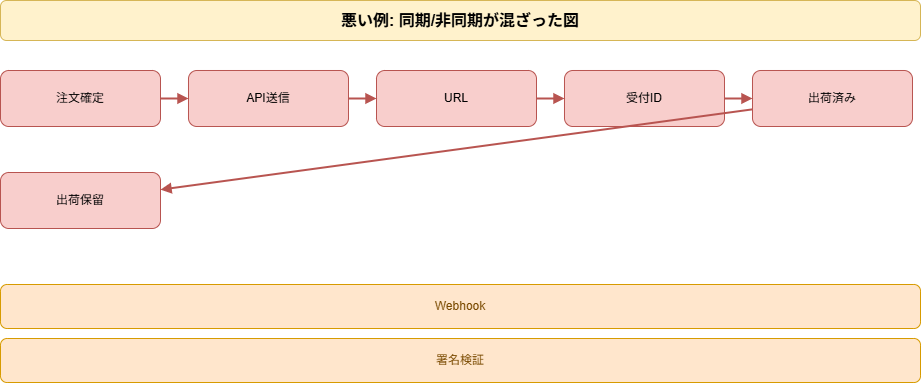
Above: docs/zukai-drill/data/diagrams/easy-shipping-api_bad-diagram.drawio.png in kaku3/workbooks (draw.io), before the change. Source tidied: cells renumbered, new cells last; positions are measured from the earlier drawing's top-left corner, leaving out a move shared by most shapes. The source it was exported from:
```xml
<mxGraphModel>
  <root>
    <mxCell id="0" />
    <mxCell id="1" parent="0" />
    <mxCell id="2" value="悪い例: 同期/非同期が混ざった図" style="rounded=1;whiteSpace=wrap;html=1;fillColor=#fff2cc;strokeColor=#d6b656;fontSize=16;fontStyle=1;" parent="1" vertex="1">
      <mxGeometry width="920" height="40" as="geometry" />
    </mxCell>
    <mxCell id="3" value="注文確定" style="rounded=1;whiteSpace=wrap;html=1;fillColor=#f8cecc;strokeColor=#b85450;" parent="1" vertex="1">
      <mxGeometry y="70" width="160" height="56" as="geometry" />
    </mxCell>
    <mxCell id="4" value="API送信" style="rounded=1;whiteSpace=wrap;html=1;fillColor=#f8cecc;strokeColor=#b85450;" parent="1" vertex="1">
      <mxGeometry x="188" y="70" width="160" height="56" as="geometry" />
    </mxCell>
    <mxCell id="5" style="endArrow=block;html=1;rounded=0;strokeColor=#b85450;strokeWidth=2;" parent="1" edge="1" source="3" target="4">
      <mxGeometry relative="1" as="geometry" />
    </mxCell>
    <mxCell id="6" value="URL" style="rounded=1;whiteSpace=wrap;html=1;fillColor=#f8cecc;strokeColor=#b85450;" parent="1" vertex="1">
      <mxGeometry x="376" y="70" width="160" height="56" as="geometry" />
    </mxCell>
    <mxCell id="7" style="endArrow=block;html=1;rounded=0;strokeColor=#b85450;strokeWidth=2;" parent="1" edge="1" source="4" target="6">
      <mxGeometry relative="1" as="geometry" />
    </mxCell>
    <mxCell id="8" value="受付ID" style="rounded=1;whiteSpace=wrap;html=1;fillColor=#f8cecc;strokeColor=#b85450;" parent="1" vertex="1">
      <mxGeometry x="564" y="70" width="160" height="56" as="geometry" />
    </mxCell>
    <mxCell id="9" style="endArrow=block;html=1;rounded=0;strokeColor=#b85450;strokeWidth=2;" parent="1" edge="1" source="6" target="8">
      <mxGeometry relative="1" as="geometry" />
    </mxCell>
    <mxCell id="10" value="出荷済み" style="rounded=1;whiteSpace=wrap;html=1;fillColor=#f8cecc;strokeColor=#b85450;" parent="1" vertex="1">
      <mxGeometry x="752" y="70" width="160" height="56" as="geometry" />
    </mxCell>
    <mxCell id="11" style="endArrow=block;html=1;rounded=0;strokeColor=#b85450;strokeWidth=2;" parent="1" edge="1" source="8" target="10">
      <mxGeometry relative="1" as="geometry" />
    </mxCell>
    <mxCell id="12" value="出荷保留" style="rounded=1;whiteSpace=wrap;html=1;fillColor=#f8cecc;strokeColor=#b85450;" parent="1" vertex="1">
      <mxGeometry y="172" width="160" height="56" as="geometry" />
    </mxCell>
    <mxCell id="13" style="endArrow=block;html=1;rounded=0;strokeColor=#b85450;strokeWidth=2;" parent="1" edge="1" source="10" target="12">
      <mxGeometry relative="1" as="geometry" />
    </mxCell>
    <mxCell id="14" value="Webhook" style="rounded=1;whiteSpace=wrap;html=1;fillColor=#ffe6cc;strokeColor=#d79b00;fontColor=#7a4a00;" parent="1" vertex="1">
      <mxGeometry y="284" width="920" height="44" as="geometry" />
    </mxCell>
    <mxCell id="15" value="署名検証" style="rounded=1;whiteSpace=wrap;html=1;fillColor=#ffe6cc;strokeColor=#d79b00;fontColor=#7a4a00;" parent="1" vertex="1">
      <mxGeometry y="338" width="920" height="44" as="geometry" />
    </mxCell>
  </root>
</mxGraphModel>
```
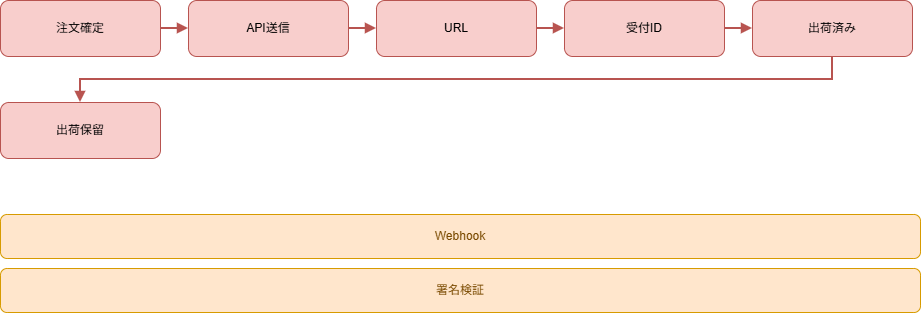
After the change.

The edit, as a diff of the source:
```diff
@@ -2,9 +2,6 @@
   <root>
     <mxCell id="0" />
     <mxCell id="1" parent="0" />
-    <mxCell id="2" value="悪い例: 同期/非同期が混ざった図" style="rounded=1;whiteSpace=wrap;html=1;fillColor=#fff2cc;strokeColor=#d6b656;fontSize=16;fontStyle=1;" parent="1" vertex="1">
-      <mxGeometry width="920" height="40" as="geometry" />
-    </mxCell>
     <mxCell id="3" value="注文確定" style="rounded=1;whiteSpace=wrap;html=1;fillColor=#f8cecc;strokeColor=#b85450;" parent="1" vertex="1">
       <mxGeometry y="70" width="160" height="56" as="geometry" />
     </mxCell>
@@ -35,7 +32,7 @@
     <mxCell id="12" value="出荷保留" style="rounded=1;whiteSpace=wrap;html=1;fillColor=#f8cecc;strokeColor=#b85450;" parent="1" vertex="1">
       <mxGeometry y="172" width="160" height="56" as="geometry" />
     </mxCell>
-    <mxCell id="13" style="endArrow=block;html=1;rounded=0;strokeColor=#b85450;strokeWidth=2;" parent="1" edge="1" source="10" target="12">
+    <mxCell id="13" style="endArrow=block;html=1;rounded=0;strokeColor=#b85450;strokeWidth=2;edgeStyle=orthogonalEdgeStyle;exitX=0.5;exitY=1;exitDx=0;exitDy=0;" parent="1" edge="1" source="10" target="12">
       <mxGeometry relative="1" as="geometry" />
     </mxCell>
     <mxCell id="14" value="Webhook" style="rounded=1;whiteSpace=wrap;html=1;fillColor=#ffe6cc;strokeColor=#d79b00;fontColor=#7a4a00;" parent="1" vertex="1">
```
